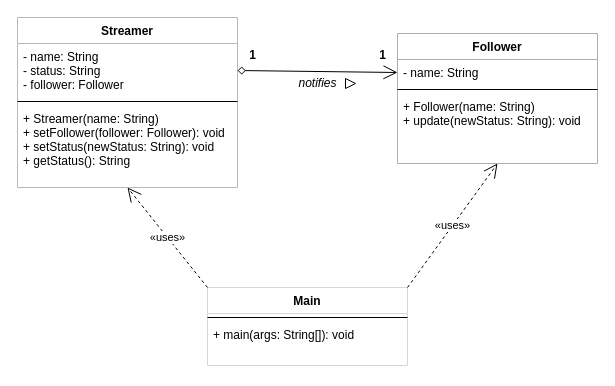
Above: ObserverExercises/src/main/java/de/bs1bt/observer/task1/task1_uml.drawio in JohnSoellnerDev/AMS-Vorlage (draw.io), before the change. Source tidied: cells renumbered, new cells numbered last; positions are measured from the earlier drawing's top-left corner, leaving out a move shared by most shapes. Both pictures are drawn from the tidied source at 100%, with x=0, y=0 at pixel (17, 17).
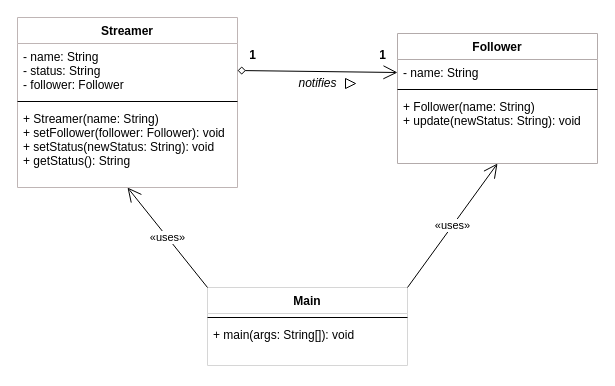
After the change.

Diff of the diagram source:
```diff
@@
 <mxGraphModel>
   <root>
     <mxCell id="0" />
     <mxCell id="1" parent="0" />
     <mxCell id="2" value="Streamer" style="swimlane;fontStyle=1;align=center;verticalAlign=top;horizontal=1;startSize=26;fillColor=none;strokeColor=#BFB5B5;" parent="1" vertex="1">
       <mxGeometry width="220" height="170" as="geometry" />
     </mxCell>
     <mxCell id="3" value="- name: String&#10;- status: String&#10;- follower: Follower" style="text;strokeColor=none;fillColor=none;align=left;verticalAlign=top;spacingLeft=4;spacingRight=4;overflow=hidden;points=[[0,0.5],[1,0.5]];portConstraint=eastwest;" parent="2" vertex="1">
       <mxGeometry y="26" width="220" height="54" as="geometry" />
     </mxCell>
     <mxCell id="4" style="line;strokeWidth=1;fillColor=none;align=left;verticalAlign=middle;spacingTop=-1;spacingLeft=3;spacingRight=3;labelPosition=right;" parent="2" vertex="1">
       <mxGeometry y="80" width="220" height="8" as="geometry" />
     </mxCell>
     <mxCell id="5" value="+ Streamer(name: String)&#10;+ setFollower(follower: Follower): void&#10;+ setStatus(newStatus: String): void&#10;+ getStatus(): String" style="text;strokeColor=none;fillColor=none;align=left;verticalAlign=top;spacingLeft=4;spacingRight=4;overflow=hidden;" parent="2" vertex="1">
       <mxGeometry y="88" width="220" height="82" as="geometry" />
     </mxCell>
     <mxCell id="6" value="Follower" style="swimlane;fontStyle=1;align=center;verticalAlign=top;horizontal=1;startSize=26;fillColor=none;strokeColor=#B3ABAB;" parent="1" vertex="1">
       <mxGeometry x="380" y="16" width="200" height="130" as="geometry" />
     </mxCell>
     <mxCell id="7" value="- name: String" style="text;strokeColor=none;fillColor=none;align=left;verticalAlign=top;spacingLeft=4;spacingRight=4;overflow=hidden;points=[[0,0.5],[1,0.5]];portConstraint=eastwest;" parent="6" vertex="1">
       <mxGeometry y="26" width="200" height="26" as="geometry" />
     </mxCell>
     <mxCell id="8" style="line;strokeWidth=1;fillColor=none;align=left;verticalAlign=middle;spacingTop=-1;spacingLeft=3;spacingRight=3;labelPosition=right;" parent="6" vertex="1">
       <mxGeometry y="52" width="200" height="8" as="geometry" />
     </mxCell>
     <mxCell id="9" value="+ Follower(name: String)&#10;+ update(newStatus: String): void" style="text;strokeColor=none;fillColor=none;align=left;verticalAlign=top;spacingLeft=4;spacingRight=4;overflow=hidden;" parent="6" vertex="1">
       <mxGeometry y="60" width="200" height="70" as="geometry" />
     </mxCell>
     <mxCell id="10" value="Main" style="swimlane;fontStyle=1;align=center;verticalAlign=top;horizontal=1;startSize=26;fillColor=none;strokeColor=#D6D6D6;" parent="1" vertex="1">
       <mxGeometry x="190" y="270" width="200" height="78" as="geometry" />
     </mxCell>
     <mxCell id="11" style="line;strokeWidth=1;fillColor=none;align=left;verticalAlign=middle;spacingTop=-1;spacingLeft=3;spacingRight=3;labelPosition=right;" parent="10" vertex="1">
       <mxGeometry y="26" width="200" height="8" as="geometry" />
     </mxCell>
     <mxCell id="12" value="+ main(args: String[]): void" style="text;strokeColor=none;fillColor=none;align=left;verticalAlign=top;spacingLeft=4;spacingRight=4;overflow=hidden;" parent="10" vertex="1">
       <mxGeometry y="34" width="200" height="44" as="geometry" />
     </mxCell>
     <mxCell id="13" style="endArrow=open;endFill=0;endSize=12;html=1;rounded=0;exitX=1;exitY=0.5;exitDx=0;exitDy=0;entryX=0;entryY=0.5;entryDx=0;entryDy=0;startArrow=diamond;startFill=0;" parent="1" edge="1" source="3" target="7">
       <mxGeometry relative="1" as="geometry" />
     </mxCell>
     <mxCell id="14" value="1" style="text;html=1;align=center;verticalAlign=middle;strokeColor=none;fillColor=none;fontStyle=1;" parent="1" vertex="1">
       <mxGeometry x="220" y="25" width="30" height="26" as="geometry" />
     </mxCell>
     <mxCell id="15" value="1" style="text;html=1;align=center;verticalAlign=middle;strokeColor=none;fillColor=none;fontStyle=1;" parent="1" vertex="1">
       <mxGeometry x="350" y="25" width="30" height="26" as="geometry" />
     </mxCell>
     <mxCell id="16" value="notifies" style="text;html=1;align=center;verticalAlign=middle;strokeColor=none;fillColor=none;fontStyle=2;" parent="1" vertex="1">
       <mxGeometry x="270" y="51" width="60" height="30" as="geometry" />
     </mxCell>
-    <mxCell id="17" value="«uses»" style="endArrow=open;endFill=0;endSize=12;html=1;rounded=0;dashed=1;exitX=0;exitY=0;exitDx=0;exitDy=0;entryX=0.5;entryY=1;entryDx=0;entryDy=0;" parent="1" edge="1" source="10" target="2">
+    <mxCell id="17" value="«uses»" style="endArrow=open;endFill=0;endSize=12;html=1;rounded=0;exitX=0;exitY=0;exitDx=0;exitDy=0;entryX=0.5;entryY=1;entryDx=0;entryDy=0;" parent="1" edge="1" source="10" target="2">
       <mxGeometry relative="1" as="geometry" />
     </mxCell>
-    <mxCell id="18" value="«uses»" style="endArrow=open;endFill=0;endSize=12;html=1;rounded=0;dashed=1;exitX=1;exitY=0;exitDx=0;exitDy=0;entryX=0.5;entryY=1;entryDx=0;entryDy=0;" parent="1" edge="1" source="10" target="6">
+    <mxCell id="18" value="«uses»" style="endArrow=open;endFill=0;endSize=12;html=1;rounded=0;exitX=1;exitY=0;exitDx=0;exitDy=0;entryX=0.5;entryY=1;entryDx=0;entryDy=0;" parent="1" edge="1" source="10" target="6">
       <mxGeometry relative="1" as="geometry" />
     </mxCell>
     <mxCell id="19" style="triangle;whiteSpace=wrap;html=1;" parent="1" vertex="1">
       <mxGeometry x="328" y="61" width="10" height="10" as="geometry" />
     </mxCell>
   </root>
 </mxGraphModel>
```
